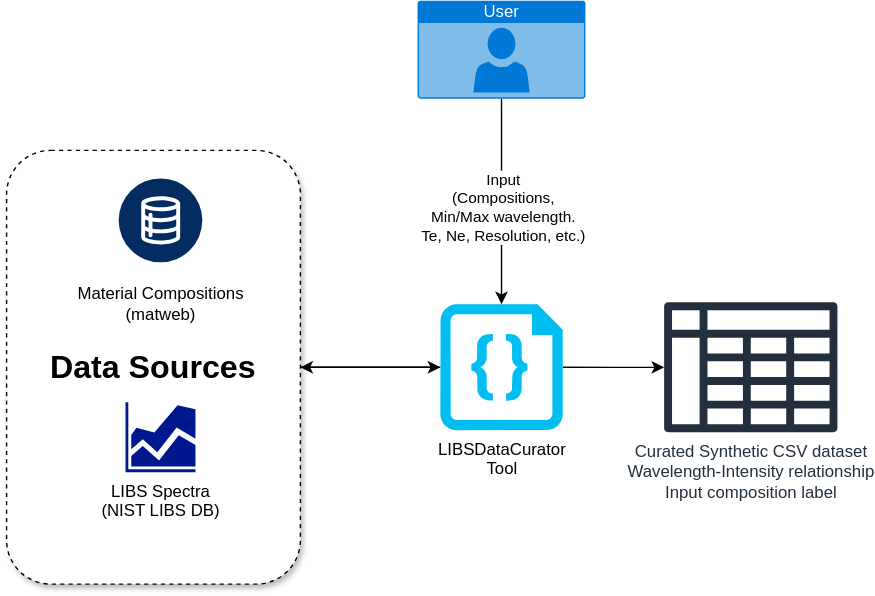
The draw.io diagram docs/assets/LIBSDataCurator High level architecture.svg in sprince0031/LIBSDataCurator, before a commit. Source tidied: cells renumbered, new cells last; positions are measured from the earlier drawing's top-left corner, leaving out a move shared by most shapes. Source of this version:
```xml
<mxGraphModel>
  <root>
    <mxCell id="0" />
    <mxCell id="1" parent="0" />
    <mxCell id="2" style="endArrow=classic;html=1;rounded=0;exitX=1;exitY=0.5;exitDx=0;exitDy=0;entryX=0;entryY=0.5;entryDx=0;entryDy=0;entryPerimeter=0;" parent="1" edge="1" source="10" target="5">
      <mxGeometry relative="1" as="geometry" />
    </mxCell>
    <mxCell id="3" style="edgeStyle=orthogonalEdgeStyle;rounded=0;jettySize=auto;html=1;exitX=0;exitY=0.5;exitDx=0;exitDy=0;exitPerimeter=0;entryX=1;entryY=0.5;entryDx=0;entryDy=0;" parent="1" edge="1" source="5" target="10">
      <mxGeometry relative="1" as="geometry" />
    </mxCell>
    <mxCell id="4" style="edgeStyle=orthogonalEdgeStyle;rounded=0;jettySize=auto;html=1;exitX=1;exitY=0.5;exitDx=0;exitDy=0;exitPerimeter=0;" parent="1" edge="1" source="5" target="13">
      <mxGeometry relative="1" as="geometry" />
    </mxCell>
    <mxCell id="5" value="LIBSDataCurator&lt;div&gt;&lt;span style=&quot;background-color: transparent; color: light-dark(rgb(0, 0, 0), rgb(255, 255, 255));&quot;&gt;Tool&lt;/span&gt;&lt;/div&gt;" style="verticalLabelPosition=bottom;html=1;verticalAlign=top;align=center;strokeColor=none;fillColor=#00BEF2;shape=mxgraph.azure.code_file;" parent="1" vertex="1">
      <mxGeometry x="310" y="217" width="87.5" height="90" as="geometry" />
    </mxCell>
    <mxCell id="6" style="edgeStyle=orthogonalEdgeStyle;rounded=0;jettySize=auto;html=1;entryX=0.5;entryY=0;entryDx=0;entryDy=0;entryPerimeter=0;" parent="1" edge="1" source="8" target="5">
      <mxGeometry relative="1" as="geometry" />
    </mxCell>
    <mxCell id="7" value="Input&lt;div&gt;(Compositions,&lt;/div&gt;&lt;div&gt;Min/Max wavelength.&lt;/div&gt;&lt;div&gt;Te, Ne, Resolution, etc.)&lt;/div&gt;" style="edgeLabel;html=1;align=center;verticalAlign=middle;" parent="6" vertex="1">
      <mxGeometry x="0.04" y="1" relative="1" as="geometry">
        <mxPoint y="1" as="offset" />
      </mxGeometry>
    </mxCell>
    <mxCell id="8" value="User" style="html=1;whiteSpace=wrap;strokeColor=none;fillColor=#0079D6;labelPosition=center;verticalLabelPosition=middle;verticalAlign=top;align=center;fontSize=12;outlineConnect=0;spacingTop=-6;fontColor=#FFFFFF;sketch=0;shape=mxgraph.sitemap.user;" parent="1" vertex="1">
      <mxGeometry x="293.8" width="120" height="70" as="geometry" />
    </mxCell>
    <mxCell id="9" style="group;" parent="1" vertex="1">
      <mxGeometry y="107" width="210" height="310" as="geometry" />
    </mxCell>
    <mxCell id="10" value="&lt;b&gt;&lt;font style=&quot;font-size: 23px;&quot;&gt;Data Sources&lt;/font&gt;&lt;/b&gt;" style="rounded=1;whiteSpace=wrap;html=1;dashed=1;glass=0;shadow=1;" parent="9" vertex="1">
      <mxGeometry width="210" height="310" as="geometry" />
    </mxCell>
    <mxCell id="11" value="Material Compositions&lt;div&gt;(matweb)&lt;/div&gt;" style="verticalLabelPosition=bottom;html=1;shape=mxgraph.salesforce.data2;shadow=0;" parent="9" vertex="1">
      <mxGeometry x="80" y="20" width="60" height="60" as="geometry" />
    </mxCell>
    <mxCell id="12" value="LIBS Spectra&lt;div&gt;(NIST LIBS DB)&lt;/div&gt;" style="shadow=0;dashed=0;html=1;strokeColor=none;labelPosition=center;verticalLabelPosition=bottom;verticalAlign=top;align=center;fillColor=#00188D;shape=mxgraph.mscae.general.graph;" parent="9" vertex="1">
      <mxGeometry x="85" y="180" width="50" height="50" as="geometry" />
    </mxCell>
    <mxCell id="13" value="Curated Synthetic CSV dataset&lt;div&gt;Wavelength-Intensity relationship&lt;/div&gt;&lt;div&gt;Input composition label&lt;/div&gt;" style="sketch=0;outlineConnect=0;fontColor=#232F3E;gradientColor=none;fillColor=#232F3D;strokeColor=none;dashed=0;verticalLabelPosition=bottom;verticalAlign=top;align=center;html=1;fontSize=12;fontStyle=0;shape=mxgraph.aws4.data_table;" parent="1" vertex="1">
      <mxGeometry x="470" y="215.2" width="123.8" height="93.7" as="geometry" />
    </mxCell>
  </root>
</mxGraphModel>
```
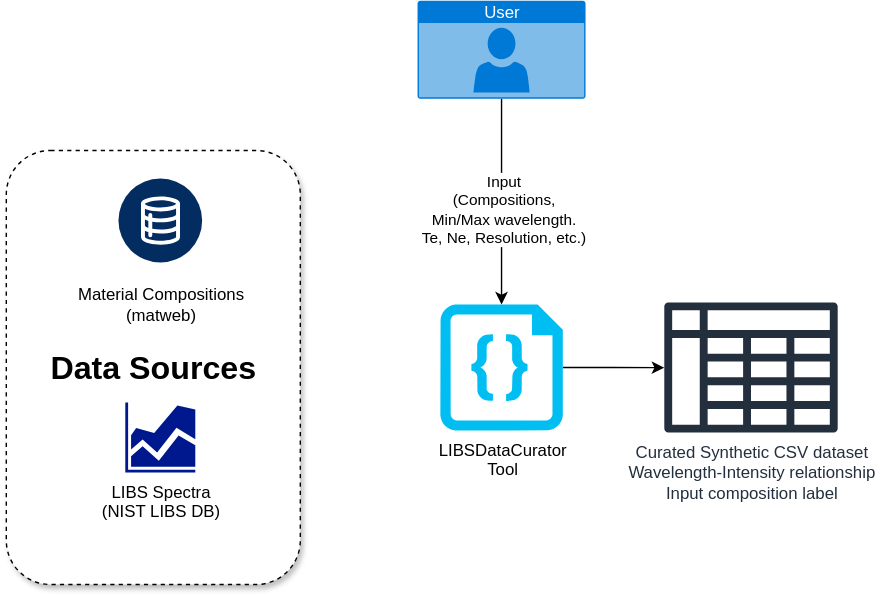
Later version of the same file.

What changed in the source:
```diff
@@ -2,12 +2,6 @@
   <root>
     <mxCell id="0" />
     <mxCell id="1" parent="0" />
-    <mxCell id="2" style="endArrow=classic;html=1;rounded=0;exitX=1;exitY=0.5;exitDx=0;exitDy=0;entryX=0;entryY=0.5;entryDx=0;entryDy=0;entryPerimeter=0;" parent="1" edge="1" source="10" target="5">
-      <mxGeometry relative="1" as="geometry" />
-    </mxCell>
-    <mxCell id="3" style="edgeStyle=orthogonalEdgeStyle;rounded=0;jettySize=auto;html=1;exitX=0;exitY=0.5;exitDx=0;exitDy=0;exitPerimeter=0;entryX=1;entryY=0.5;entryDx=0;entryDy=0;" parent="1" edge="1" source="5" target="10">
-      <mxGeometry relative="1" as="geometry" />
-    </mxCell>
     <mxCell id="4" style="edgeStyle=orthogonalEdgeStyle;rounded=0;jettySize=auto;html=1;exitX=1;exitY=0.5;exitDx=0;exitDy=0;exitPerimeter=0;" parent="1" edge="1" source="5" target="13">
       <mxGeometry relative="1" as="geometry" />
     </mxCell>
```
